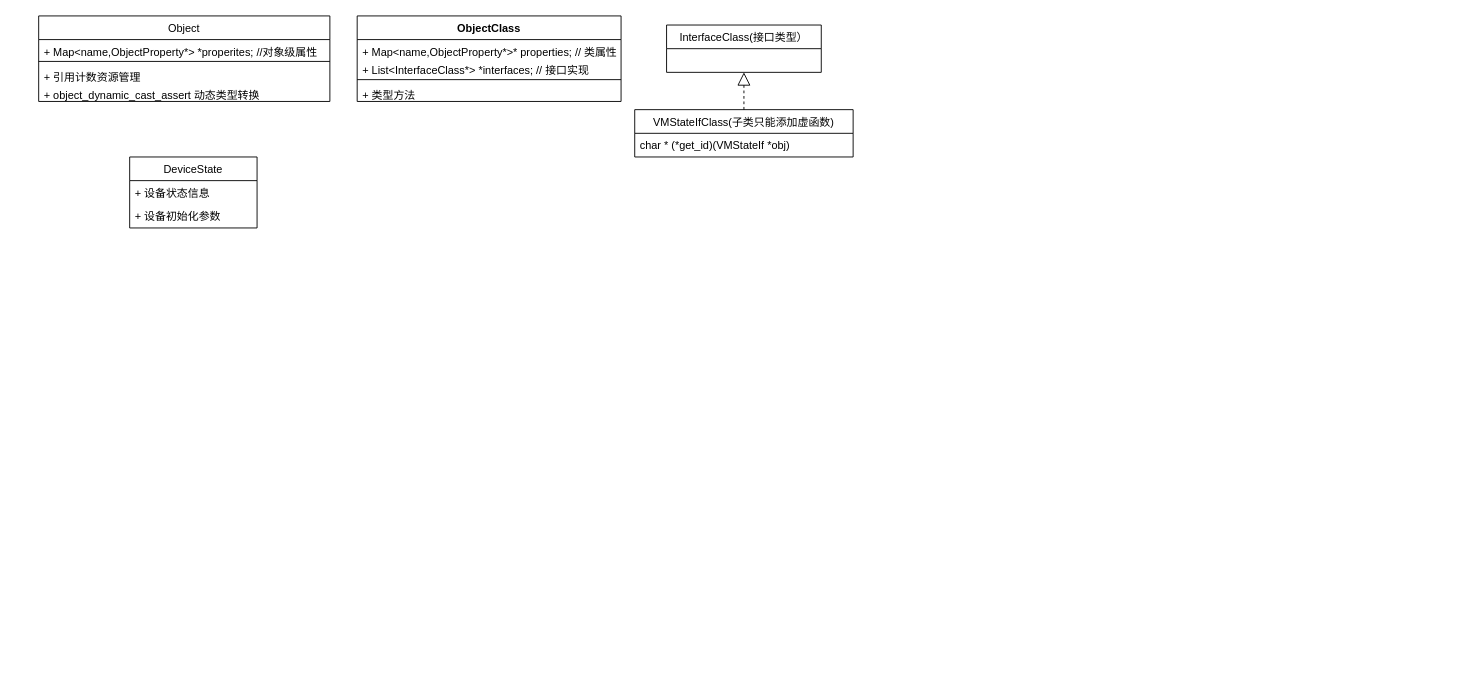
The draw.io diagram QOM-BigArch.drawio in youtubezou/A-thinking-in-linux, before the edit. Source tidied: cells renumbered, new cells numbered last; positions are measured from the earlier drawing's top-left corner, leaving out a move shared by most shapes. Both pictures are drawn from the tidied source at 91%, with x=0, y=0 at pixel (38, 15).
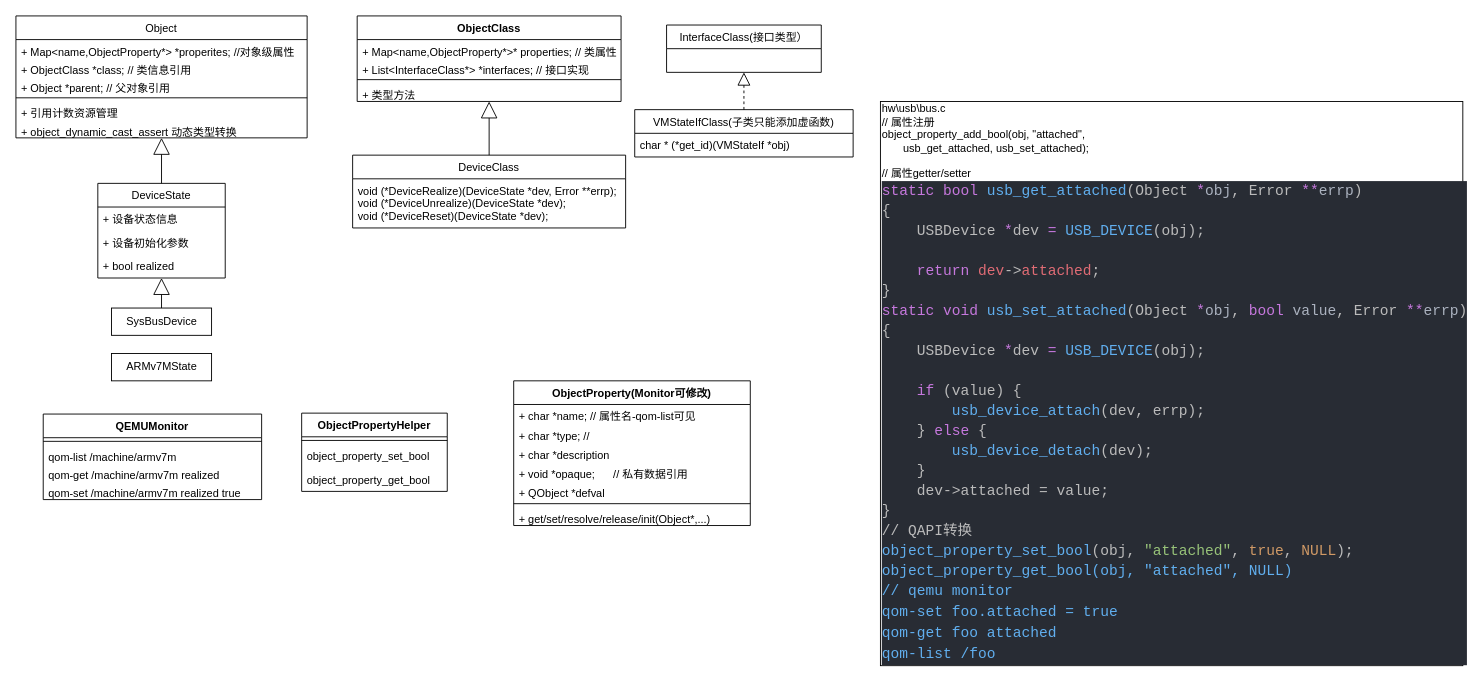
After the change.

Unchanged cells that the change refers to:
```xml
<mxCell id="11" value="+ 类型方法" style="text;strokeColor=none;fillColor=none;align=left;verticalAlign=top;spacingLeft=4;spacingRight=4;overflow=hidden;points=[[0,0.5],[1,0.5]];portConstraint=eastwest;" parent="7" vertex="1">
  <mxGeometry y="74" width="290" height="20" as="geometry" />
</mxCell>
```

What changed in the source:
```diff
@@
     <mxCell id="2" value="Object" style="swimlane;fontStyle=0;horizontal=1;startSize=26;fillColor=none;" parent="1" vertex="1">
-      <mxGeometry width="320" height="94" as="geometry" />
+      <mxGeometry x="-25" width="320" height="134" as="geometry" />
     </mxCell>
@@
+    <mxCell id="19" value="+ ObjectClass *class; // 类信息引用" style="text;strokeColor=none;fillColor=none;align=left;verticalAlign=top;spacingLeft=4;spacingRight=4;overflow=hidden;" parent="2" vertex="1">
+      <mxGeometry y="46" width="320" height="20" as="geometry" />
+    </mxCell>
+    <mxCell id="20" value="+ Object *parent; // 父对象引用" style="text;strokeColor=none;fillColor=none;align=left;verticalAlign=top;spacingLeft=4;spacingRight=4;overflow=hidden;" parent="2" vertex="1">
+      <mxGeometry y="66" width="320" height="20" as="geometry" />
+    </mxCell>
     <mxCell id="4" style="line;strokeWidth=1;fillColor=none;align=left;verticalAlign=middle;spacingTop=-1;spacingLeft=3;spacingRight=3;labelPosition=right;" parent="2" vertex="1">
-      <mxGeometry y="46" width="320" height="8" as="geometry" />
+      <mxGeometry y="86" width="320" height="8" as="geometry" />
     </mxCell>
     <mxCell id="5" value="+ 引用计数资源管理" style="text;strokeColor=none;fillColor=none;align=left;verticalAlign=top;spacingLeft=4;spacingRight=4;overflow=hidden;" parent="2" vertex="1">
-      <mxGeometry y="54" width="320" height="20" as="geometry" />
+      <mxGeometry y="94" width="320" height="20" as="geometry" />
     </mxCell>
     <mxCell id="6" value="+ object_dynamic_cast_assert 动态类型转换" style="text;strokeColor=none;fillColor=none;align=left;verticalAlign=top;spacingLeft=4;spacingRight=4;overflow=hidden;points=[[0,0.5],[1,0.5]];portConstraint=eastwest;" parent="2" vertex="1">
-      <mxGeometry y="74" width="320" height="20" as="geometry" />
+      <mxGeometry y="114" width="320" height="20" as="geometry" />
     </mxCell>
@@
     <mxCell id="12" value="DeviceState" style="swimlane;fontStyle=0;horizontal=1;startSize=26;fillColor=none;" parent="1" vertex="1">
-      <mxGeometry x="100" y="155" width="140" height="78" as="geometry" />
+      <mxGeometry x="65" y="184" width="140" height="104" as="geometry" />
     </mxCell>
@@
+    <mxCell id="21" value="+ bool realized" style="text;strokeColor=none;fillColor=none;align=left;verticalAlign=top;spacingLeft=4;spacingRight=4;overflow=hidden;points=[[0,0.5],[1,0.5]];portConstraint=eastwest;" parent="12" vertex="1">
+      <mxGeometry y="78" width="140" height="26" as="geometry" />
+    </mxCell>
@@
+    <mxCell id="22" value="DeviceClass" style="swimlane;fontStyle=0;horizontal=1;startSize=26;fillColor=none;" parent="1" vertex="1">
+      <mxGeometry x="345" y="153" width="300" height="80" as="geometry" />
+    </mxCell>
+    <mxCell id="23" value="void (*DeviceRealize)(DeviceState *dev, Error **errp);&#10;void (*DeviceUnrealize)(DeviceState *dev);&#10;void (*DeviceReset)(DeviceState *dev);" style="text;strokeColor=none;fillColor=none;align=left;verticalAlign=top;spacingLeft=4;spacingRight=4;overflow=hidden;" parent="22" vertex="1">
+      <mxGeometry y="26" width="300" height="54" as="geometry" />
+    </mxCell>
+    <mxCell id="24" style="endArrow=block;endSize=16;endFill=0;html=1;rounded=0;exitX=0.5;exitY=0;exitDx=0;exitDy=0;" parent="1" edge="1" source="22" target="11">
+      <mxGeometry relative="1" as="geometry" />
+    </mxCell>
+    <mxCell id="25" style="endArrow=block;endSize=16;endFill=0;html=1;rounded=0;exitX=0.5;exitY=0;exitDx=0;exitDy=0;" parent="1" edge="1" source="12" target="6">
+      <mxGeometry relative="1" as="geometry" />
+    </mxCell>
+    <mxCell id="26" value="ObjectProperty(Monitor可修改)" style="swimlane;fontStyle=1;align=center;verticalAlign=top;horizontal=1;startSize=26;" parent="1" vertex="1">
+      <mxGeometry x="522" y="401" width="260" height="159" as="geometry" />
+    </mxCell>
+    <mxCell id="27" value="+ char *name; // 属性名-qom-list可见" style="text;strokeColor=none;fillColor=none;align=left;verticalAlign=top;spacingLeft=4;spacingRight=4;overflow=hidden;" parent="26" vertex="1">
+      <mxGeometry y="26" width="260" height="21" as="geometry" />
+    </mxCell>
+    <mxCell id="28" value="+ char *type; // " style="text;strokeColor=none;fillColor=none;align=left;verticalAlign=top;spacingLeft=4;spacingRight=4;overflow=hidden;" parent="26" vertex="1">
+      <mxGeometry y="47" width="260" height="21" as="geometry" />
+    </mxCell>
+    <mxCell id="29" value="+ char *description" style="text;strokeColor=none;fillColor=none;align=left;verticalAlign=top;spacingLeft=4;spacingRight=4;overflow=hidden;" parent="26" vertex="1">
+      <mxGeometry y="68" width="260" height="21" as="geometry" />
+    </mxCell>
+    <mxCell id="30" value="+ void *opaque;      // 私有数据引用" style="text;strokeColor=none;fillColor=none;align=left;verticalAlign=top;spacingLeft=4;spacingRight=4;overflow=hidden;" parent="26" vertex="1">
+      <mxGeometry y="89" width="260" height="21" as="geometry" />
+    </mxCell>
+    <mxCell id="31" value="+ QObject *defval" style="text;strokeColor=none;fillColor=none;align=left;verticalAlign=top;spacingLeft=4;spacingRight=4;overflow=hidden;" parent="26" vertex="1">
+      <mxGeometry y="110" width="260" height="21" as="geometry" />
+    </mxCell>
+    <mxCell id="32" style="line;strokeWidth=1;fillColor=none;align=left;verticalAlign=middle;spacingTop=-1;spacingLeft=3;spacingRight=3;labelPosition=right;" parent="26" vertex="1">
+      <mxGeometry y="131" width="260" height="8" as="geometry" />
+    </mxCell>
+    <mxCell id="33" value="+ get/set/resolve/release/init(Object*,...)" style="text;strokeColor=none;fillColor=none;align=left;verticalAlign=top;spacingLeft=4;spacingRight=4;overflow=hidden;" parent="26" vertex="1">
+      <mxGeometry y="139" width="260" height="20" as="geometry" />
+    </mxCell>
+    <mxCell id="34" value="&lt;div&gt;hw\usb\bus.c&lt;br&gt;&lt;/div&gt;&lt;div&gt;// 属性注册&lt;/div&gt;&lt;div&gt;object_property_add_bool(obj,&amp;nbsp;&lt;span&gt;&quot;attached&quot;,&lt;/span&gt;&lt;/div&gt;&lt;div&gt;&lt;span&gt;&amp;nbsp; &amp;nbsp; &amp;nbsp; &amp;nbsp;usb_get_attached, usb_set_attached);&lt;/span&gt;&lt;/div&gt;&lt;div&gt;&lt;span&gt;&lt;br&gt;&lt;/span&gt;&lt;/div&gt;&lt;div&gt;// 属性getter/setter&lt;/div&gt;&lt;div&gt;&lt;div style=&quot;background-color: rgb(40 , 44 , 52) ; line-height: 22px&quot;&gt;&lt;div style=&quot;color: rgb(187 , 187 , 187) ; font-family: &amp;#34;consolas&amp;#34; , &amp;#34;courier new&amp;#34; , monospace ; font-size: 16px&quot;&gt;&lt;span style=&quot;color: #c678dd&quot;&gt;static&lt;/span&gt;&amp;nbsp;&lt;span style=&quot;color: #c678dd&quot;&gt;bool&lt;/span&gt;&amp;nbsp;&lt;span style=&quot;color: #61afef&quot;&gt;usb_get_attached&lt;/span&gt;(Object&amp;nbsp;&lt;span style=&quot;color: #c678dd&quot;&gt;*&lt;/span&gt;&lt;span style=&quot;color: #abb2bf&quot;&gt;obj&lt;/span&gt;,&amp;nbsp;Error&amp;nbsp;&lt;span style=&quot;color: #c678dd&quot;&gt;**&lt;/span&gt;&lt;span style=&quot;color: #abb2bf&quot;&gt;errp&lt;/span&gt;)&lt;/div&gt;&lt;div style=&quot;color: rgb(187 , 187 , 187) ; font-family: &amp;#34;consolas&amp;#34; , &amp;#34;courier new&amp;#34; , monospace ; font-size: 16px&quot;&gt;{&lt;/div&gt;&lt;div style=&quot;color: rgb(187 , 187 , 187) ; font-family: &amp;#34;consolas&amp;#34; , &amp;#34;courier new&amp;#34; , monospace ; font-size: 16px&quot;&gt;&amp;nbsp;&amp;nbsp;&amp;nbsp;&amp;nbsp;USBDevice&amp;nbsp;&lt;span style=&quot;color: #c678dd&quot;&gt;*&lt;/span&gt;dev&amp;nbsp;&lt;span style=&quot;color: #c678dd&quot;&gt;=&lt;/span&gt;&amp;nbsp;&lt;span style=&quot;color: #61afef&quot;&gt;USB_DEVICE&lt;/span&gt;(obj);&lt;/div&gt;&lt;br&gt;&lt;div style=&quot;color: rgb(187 , 187 , 187) ; font-family: &amp;#34;consolas&amp;#34; , &amp;#34;courier new&amp;#34; , monospace ; font-size: 16px&quot;&gt;&amp;nbsp;&amp;nbsp;&amp;nbsp;&amp;nbsp;&lt;span style=&quot;color: #c678dd&quot;&gt;return&lt;/span&gt;&amp;nbsp;&lt;span style=&quot;color: #e06c75&quot;&gt;dev&lt;/span&gt;-&amp;gt;&lt;span style=&quot;color: #e06c75&quot;&gt;attached&lt;/span&gt;;&lt;/div&gt;&lt;div style=&quot;color: rgb(187 , 187 , 187) ; font-family: &amp;#34;consolas&amp;#34; , &amp;#34;courier new&amp;#34; , monospace ; font-size: 16px&quot;&gt;}&lt;/div&gt;&lt;div&gt;&lt;div style=&quot;line-height: 22px&quot;&gt;&lt;div style=&quot;color: rgb(187 , 187 , 187) ; font-family: &amp;#34;consolas&amp;#34; , &amp;#34;courier new&amp;#34; , monospace ; font-size: 16px&quot;&gt;&lt;span style=&quot;color: #c678dd&quot;&gt;static&lt;/span&gt;&amp;nbsp;&lt;span style=&quot;color: #c678dd&quot;&gt;void&lt;/span&gt;&amp;nbsp;&lt;span style=&quot;color: #61afef&quot;&gt;usb_set_attached&lt;/span&gt;(Object&amp;nbsp;&lt;span style=&quot;color: #c678dd&quot;&gt;*&lt;/span&gt;&lt;span style=&quot;color: #abb2bf&quot;&gt;obj&lt;/span&gt;,&amp;nbsp;&lt;span style=&quot;color: #c678dd&quot;&gt;bool&lt;/span&gt;&amp;nbsp;&lt;span style=&quot;color: #abb2bf&quot;&gt;value&lt;/span&gt;,&amp;nbsp;Error&amp;nbsp;&lt;span style=&quot;color: #c678dd&quot;&gt;**&lt;/span&gt;&lt;span style=&quot;color: #abb2bf&quot;&gt;errp&lt;/span&gt;)&lt;/div&gt;&lt;div style=&quot;color: rgb(187 , 187 , 187) ; font-family: &amp;#34;consolas&amp;#34; , &amp;#34;courier new&amp;#34; , monospace ; font-size: 16px&quot;&gt;{&lt;/div&gt;&lt;div style=&quot;color: rgb(187 , 187 , 187) ; font-family: &amp;#34;consolas&amp;#34; , &amp;#34;courier new&amp;#34; , monospace ; font-size: 16px&quot;&gt;&amp;nbsp;&amp;nbsp;&amp;nbsp;&amp;nbsp;USBDevice&amp;nbsp;&lt;span style=&quot;color: #c678dd&quot;&gt;*&lt;/span&gt;dev&amp;nbsp;&lt;span style=&quot;color: #c678dd&quot;&gt;=&lt;/span&gt;&amp;nbsp;&lt;span style=&quot;color: #61afef&quot;&gt;USB_DEVICE&lt;/span&gt;(obj);&lt;/div&gt;&lt;br&gt;&lt;div style=&quot;color: rgb(187 , 187 , 187) ; font-family: &amp;#34;consolas&amp;#34; , &amp;#34;courier new&amp;#34; , monospace ; font-size: 16px&quot;&gt;&amp;nbsp;&amp;nbsp;&amp;nbsp;&amp;nbsp;&lt;span style=&quot;color: #c678dd&quot;&gt;if&lt;/span&gt;&amp;nbsp;(value)&amp;nbsp;{&lt;/div&gt;&lt;div style=&quot;color: rgb(187 , 187 , 187) ; font-family: &amp;#34;consolas&amp;#34; , &amp;#34;courier new&amp;#34; , monospace ; font-size: 16px&quot;&gt;&amp;nbsp;&amp;nbsp;&amp;nbsp;&amp;nbsp;&amp;nbsp;&amp;nbsp;&amp;nbsp;&amp;nbsp;&lt;span style=&quot;color: #61afef&quot;&gt;usb_device_attach&lt;/span&gt;(dev,&amp;nbsp;errp);&lt;/div&gt;&lt;div style=&quot;color: rgb(187 , 187 , 187) ; font-family: &amp;#34;consolas&amp;#34; , &amp;#34;courier new&amp;#34; , monospace ; font-size: 16px&quot;&gt;&amp;nbsp;&amp;nbsp;&amp;nbsp;&amp;nbsp;}&amp;nbsp;&lt;span style=&quot;color: #c678dd&quot;&gt;else&lt;/span&gt;&amp;nbsp;{&lt;/div&gt;&lt;div style=&quot;color: rgb(187 , 187 , 187) ; font-family: &amp;#34;consolas&amp;#34; , &amp;#34;courier new&amp;#34; , monospace ; font-size: 16px&quot;&gt;&amp;nbsp;&amp;nbsp;&amp;nbsp;&amp;nbsp;&amp;nbsp;&amp;nbsp;&amp;nbsp;&amp;nbsp;&lt;span style=&quot;color: #61afef&quot;&gt;usb_device_detach&lt;/span&gt;(dev);&lt;/div&gt;&lt;div style=&quot;color: rgb(187 , 187 , 187) ; font-family: &amp;#34;consolas&amp;#34; , &amp;#34;courier new&amp;#34; , monospace ; font-size: 16px&quot;&gt;&amp;nbsp;&amp;nbsp;&amp;nbsp;&amp;nbsp;}&lt;/div&gt;&lt;div style=&quot;color: rgb(187 , 187 , 187) ; font-family: &amp;#34;consolas&amp;#34; , &amp;#34;courier new&amp;#34; , monospace ; font-size: 16px&quot;&gt;&amp;nbsp; &amp;nbsp; dev-&amp;gt;attached = value;&lt;/div&gt;&lt;div style=&quot;color: rgb(187 , 187 , 187) ; font-family: &amp;#34;consolas&amp;#34; , &amp;#34;courier new&amp;#34; , monospace ; font-size: 16px&quot;&gt;}&lt;/div&gt;&lt;div style=&quot;color: rgb(187 , 187 , 187) ; font-family: &amp;#34;consolas&amp;#34; , &amp;#34;courier new&amp;#34; , monospace ; font-size: 16px&quot;&gt;// QAPI转换&lt;/div&gt;&lt;div style=&quot;color: rgb(187 , 187 , 187) ; font-family: &amp;#34;consolas&amp;#34; , &amp;#34;courier new&amp;#34; , monospace ; font-size: 16px&quot;&gt;&lt;div style=&quot;font-family: &amp;#34;consolas&amp;#34; , &amp;#34;courier new&amp;#34; , monospace ; line-height: 22px&quot;&gt;&lt;span style=&quot;color: #61afef&quot;&gt;object_property_set_bool&lt;/span&gt;(obj,&amp;nbsp;&lt;span style=&quot;color: #98c379&quot;&gt;&quot;attached&quot;&lt;/span&gt;,&amp;nbsp;&lt;span style=&quot;color: #d19a66&quot;&gt;true&lt;/span&gt;,&amp;nbsp;&lt;span style=&quot;color: #d19a66&quot;&gt;NULL&lt;/span&gt;);&lt;/div&gt;&lt;/div&gt;&lt;div style=&quot;line-height: 22px&quot;&gt;&lt;div style=&quot;color: rgb(187 , 187 , 187) ; font-family: &amp;#34;consolas&amp;#34; , &amp;#34;courier new&amp;#34; , monospace ; font-size: 16px ; line-height: 22px&quot;&gt;&lt;span style=&quot;color: #61afef&quot;&gt;object_property_get_bool(obj, &quot;attached&quot;, NULL)&lt;/span&gt;&lt;/div&gt;&lt;div style=&quot;line-height: 22px&quot;&gt;&lt;font color=&quot;#61afef&quot; face=&quot;consolas, courier new, monospace&quot;&gt;&lt;span style=&quot;font-size: 16px&quot;&gt;// qemu monitor&lt;/span&gt;&lt;/font&gt;&lt;/div&gt;&lt;div style=&quot;line-height: 22px&quot;&gt;&lt;font color=&quot;#61afef&quot; face=&quot;consolas, courier new, monospace&quot;&gt;&lt;span style=&quot;font-size: 16px&quot;&gt;qom-set foo.attached = true&lt;/span&gt;&lt;/font&gt;&lt;br&gt;&lt;/div&gt;&lt;div style=&quot;line-height: 22px&quot;&gt;&lt;font color=&quot;#61afef&quot; face=&quot;consolas, courier new, monospace&quot;&gt;&lt;span style=&quot;font-size: 16px&quot;&gt;qom-get foo attached&lt;/span&gt;&lt;/font&gt;&lt;/div&gt;&lt;div style=&quot;line-height: 22px&quot;&gt;&lt;font color=&quot;#61afef&quot; face=&quot;consolas, courier new, monospace&quot;&gt;&lt;span style=&quot;font-size: 16px&quot;&gt;qom-list /foo&lt;/span&gt;&lt;/font&gt;&lt;/div&gt;&lt;/div&gt;&lt;/div&gt;&lt;/div&gt;&lt;/div&gt;&lt;/div&gt;" style="whiteSpace=wrap;html=1;align=left;" parent="1" vertex="1">
+      <mxGeometry x="925" y="94" width="640" height="620" as="geometry" />
+    </mxCell>
+    <mxCell id="35" value="QEMUMonitor" style="swimlane;fontStyle=1;align=center;verticalAlign=top;horizontal=1;startSize=26;" parent="1" vertex="1">
+      <mxGeometry x="5" y="437.5" width="240" height="94" as="geometry" />
+    </mxCell>
+    <mxCell id="36" style="line;strokeWidth=1;fillColor=none;align=left;verticalAlign=middle;spacingTop=-1;spacingLeft=3;spacingRight=3;labelPosition=right;" parent="35" vertex="1">
+      <mxGeometry y="26" width="240" height="8" as="geometry" />
+    </mxCell>
+    <mxCell id="37" value="qom-list /machine/armv7m" style="text;strokeColor=none;fillColor=none;align=left;verticalAlign=top;spacingLeft=4;spacingRight=4;overflow=hidden;" parent="35" vertex="1">
+      <mxGeometry y="34" width="240" height="20" as="geometry" />
+    </mxCell>
+    <mxCell id="38" value="qom-get /machine/armv7m realized" style="text;strokeColor=none;fillColor=none;align=left;verticalAlign=top;spacingLeft=4;spacingRight=4;overflow=hidden;" parent="35" vertex="1">
+      <mxGeometry y="54" width="240" height="20" as="geometry" />
+    </mxCell>
+    <mxCell id="39" value="qom-set /machine/armv7m realized true" style="text;strokeColor=none;fillColor=none;align=left;verticalAlign=top;spacingLeft=4;spacingRight=4;overflow=hidden;" parent="35" vertex="1">
+      <mxGeometry y="74" width="240" height="20" as="geometry" />
+    </mxCell>
+    <mxCell id="40" value="ObjectPropertyHelper" style="swimlane;fontStyle=1;align=center;verticalAlign=top;horizontal=1;startSize=26;" parent="1" vertex="1">
+      <mxGeometry x="289" y="436.5" width="160" height="86" as="geometry" />
+    </mxCell>
+    <mxCell id="41" style="line;strokeWidth=1;fillColor=none;align=left;verticalAlign=middle;spacingTop=-1;spacingLeft=3;spacingRight=3;labelPosition=right;" parent="40" vertex="1">
+      <mxGeometry y="26" width="160" height="8" as="geometry" />
+    </mxCell>
+    <mxCell id="42" value="object_property_set_bool" style="text;strokeColor=none;fillColor=none;align=left;verticalAlign=top;spacingLeft=4;spacingRight=4;overflow=hidden;" parent="40" vertex="1">
+      <mxGeometry y="34" width="160" height="26" as="geometry" />
+    </mxCell>
+    <mxCell id="43" value="object_property_get_bool" style="text;strokeColor=none;fillColor=none;align=left;verticalAlign=top;spacingLeft=4;spacingRight=4;overflow=hidden;" parent="40" vertex="1">
+      <mxGeometry y="60" width="160" height="26" as="geometry" />
+    </mxCell>
+    <mxCell id="44" value="SysBusDevice" style="html=1;" parent="1" vertex="1">
+      <mxGeometry x="80" y="321" width="110" height="30" as="geometry" />
+    </mxCell>
+    <mxCell id="45" style="endArrow=block;endSize=16;endFill=0;html=1;rounded=0;exitX=0.5;exitY=0;exitDx=0;exitDy=0;" parent="1" edge="1" source="44" target="21">
+      <mxGeometry relative="1" as="geometry" />
+    </mxCell>
+    <mxCell id="46" value="ARMv7MState" style="html=1;" parent="1" vertex="1">
+      <mxGeometry x="80" y="371" width="110" height="30" as="geometry" />
+    </mxCell>
```
